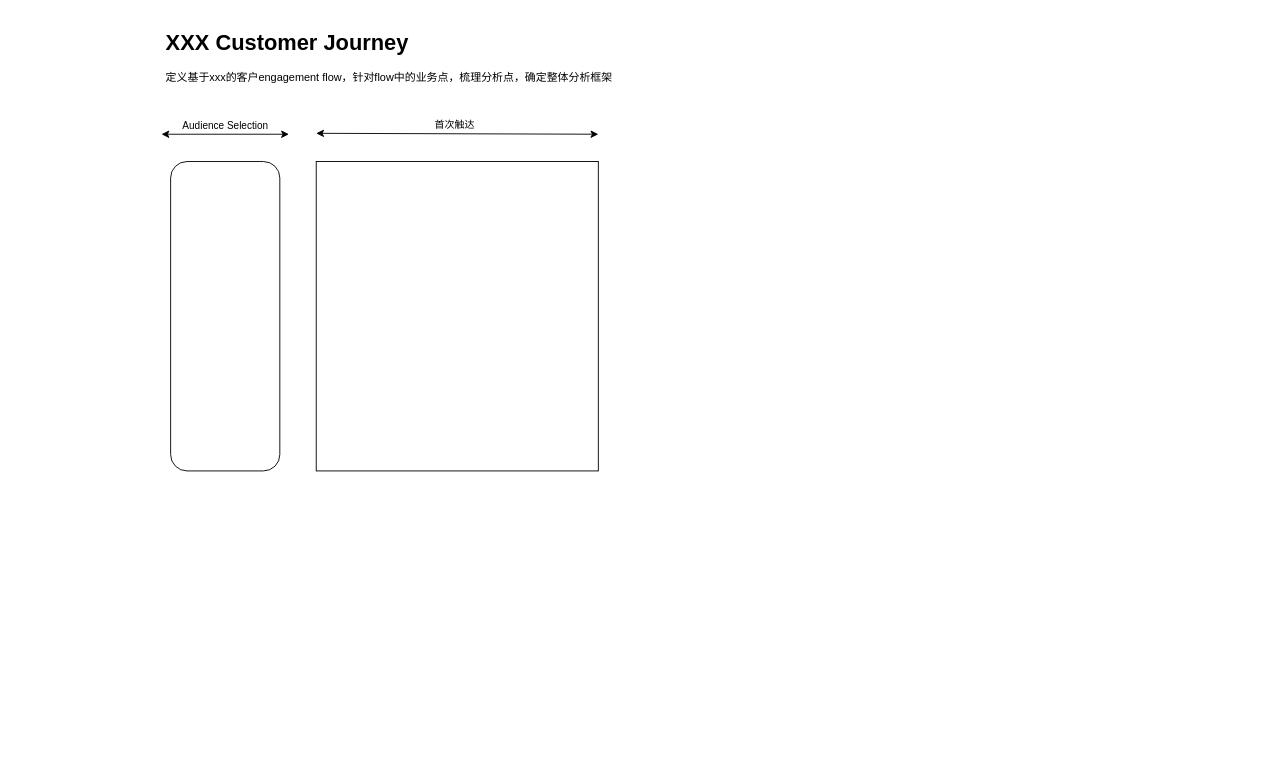
serendipityrj/shared keeps this draw.io diagram as page "XXX Customer Journey" (1 of 3) of marketing_customer_journey.drawio. Above is the earlier version. Source tidied: cells renumbered, new cells numbered last; positions are measured from the earlier drawing's top-left corner, leaving out a move shared by most shapes. Both pictures are drawn from the tidied source at 91%, with x=0, y=0 at pixel (161, 25).
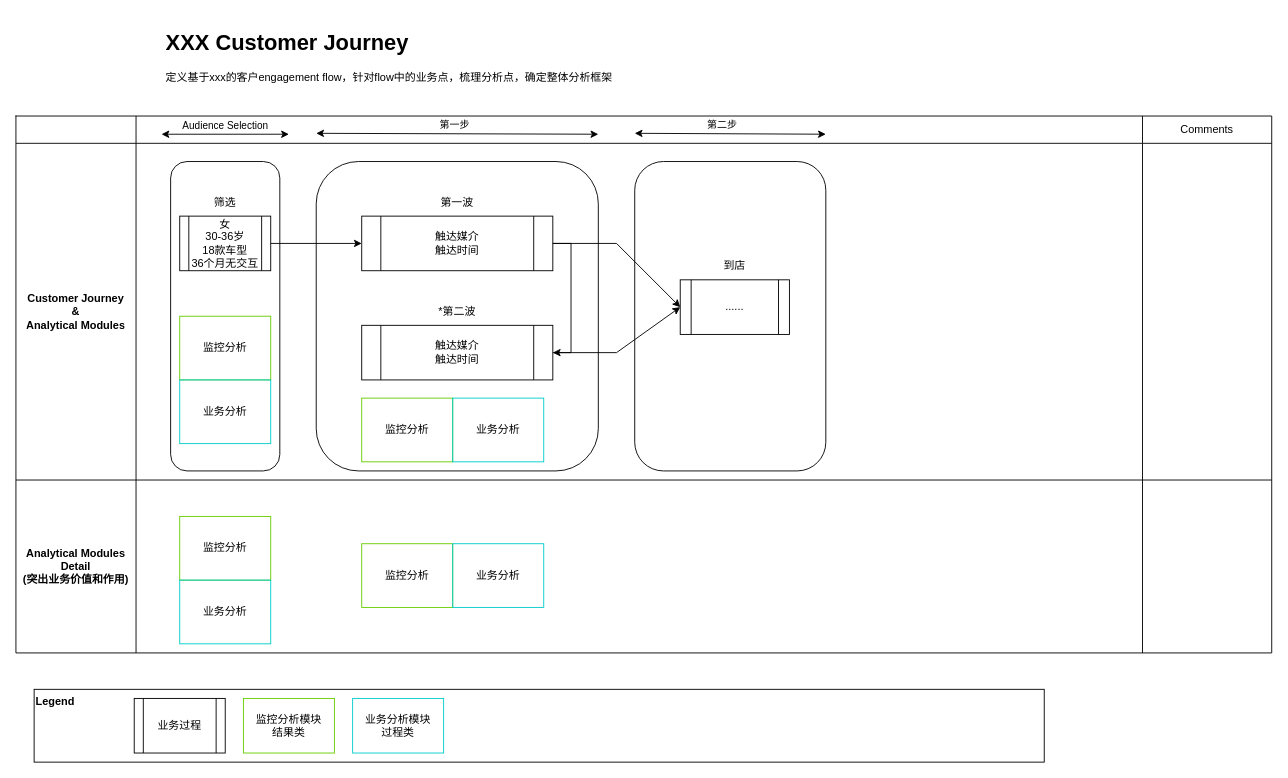
After the change.

The change refers to these unchanged cells:
```xml
<mxCell id="4" style="endArrow=classic;startArrow=classic;html=1;rounded=0;" parent="1" edge="1">
  <mxGeometry relative="1" as="geometry">
    <mxPoint x="170" y="119" as="sourcePoint" />
    <mxPoint x="480" y="120" as="targetPoint" />
  </mxGeometry>
</mxCell>
```

What changed in the source:
```diff
@@
+    <mxCell id="9" style="shape=table;html=1;whiteSpace=wrap;startSize=0;childLayout=tableLayout;strokeColor=#000000;fillColor=none;" parent="1" vertex="1">
+      <mxGeometry x="-160" y="100" width="1380" height="590" as="geometry" />
+    </mxCell>
+    <mxCell id="10" style="shape=tableRow;horizontal=0;startSize=0;swimlaneHead=0;swimlaneBody=0;top=0;left=0;bottom=0;right=0;fillColor=none;strokeColor=#000000;" parent="9" vertex="1">
+      <mxGeometry width="1380" height="30" as="geometry" />
+    </mxCell>
+    <mxCell id="11" style="shape=partialRectangle;html=1;whiteSpace=wrap;fillColor=none;top=0;left=0;bottom=0;right=0;overflow=hidden;strokeColor=#000000;" parent="10" vertex="1">
+      <mxGeometry width="132" height="30" as="geometry" />
+    </mxCell>
+    <mxCell id="12" style="shape=partialRectangle;html=1;whiteSpace=wrap;fillColor=none;top=0;left=0;bottom=0;right=0;overflow=hidden;strokeColor=#000000;" parent="10" vertex="1">
+      <mxGeometry x="132" width="1106" height="30" as="geometry" />
+    </mxCell>
+    <mxCell id="13" value="Comments" style="shape=partialRectangle;html=1;whiteSpace=wrap;fillColor=none;top=0;left=0;bottom=0;right=0;overflow=hidden;strokeColor=#000000;" parent="10" vertex="1">
+      <mxGeometry x="1238" width="142" height="30" as="geometry" />
+    </mxCell>
+    <mxCell id="14" style="shape=tableRow;horizontal=0;startSize=0;swimlaneHead=0;swimlaneBody=0;top=0;left=0;bottom=0;right=0;fillColor=none;strokeColor=#000000;" parent="9" vertex="1">
+      <mxGeometry y="30" width="1380" height="370" as="geometry" />
+    </mxCell>
+    <mxCell id="15" value="&lt;b&gt;Customer Journey&lt;br&gt;&amp;amp;&lt;br&gt;Analytical Modules&lt;br&gt;&lt;/b&gt;" style="shape=partialRectangle;html=1;whiteSpace=wrap;fillColor=none;top=0;left=0;bottom=0;right=0;overflow=hidden;strokeColor=#000000;" parent="14" vertex="1">
+      <mxGeometry width="132" height="370" as="geometry" />
+    </mxCell>
+    <mxCell id="16" style="shape=partialRectangle;html=1;whiteSpace=wrap;fillColor=none;top=0;left=0;bottom=0;right=0;overflow=hidden;strokeColor=#000000;" parent="14" vertex="1">
+      <mxGeometry x="132" width="1106" height="370" as="geometry" />
+    </mxCell>
+    <mxCell id="17" style="shape=partialRectangle;html=1;whiteSpace=wrap;fillColor=none;top=0;left=0;bottom=0;right=0;overflow=hidden;strokeColor=#000000;" parent="14" vertex="1">
+      <mxGeometry x="1238" width="142" height="370" as="geometry" />
+    </mxCell>
+    <mxCell id="18" style="shape=tableRow;horizontal=0;startSize=0;swimlaneHead=0;swimlaneBody=0;top=0;left=0;bottom=0;right=0;fillColor=none;strokeColor=#000000;" parent="9" vertex="1">
+      <mxGeometry y="400" width="1380" height="190" as="geometry" />
+    </mxCell>
+    <mxCell id="19" value="&lt;b&gt;Analytical Modules&lt;br&gt;Detail&lt;br&gt;(突出业务价值和作用)&lt;br&gt;&lt;/b&gt;" style="shape=partialRectangle;html=1;whiteSpace=wrap;fillColor=none;top=0;left=0;bottom=0;right=0;overflow=hidden;strokeColor=#000000;" parent="18" vertex="1">
+      <mxGeometry width="132" height="190" as="geometry" />
+    </mxCell>
+    <mxCell id="20" style="shape=partialRectangle;html=1;whiteSpace=wrap;fillColor=none;top=0;left=0;bottom=0;right=0;overflow=hidden;strokeColor=#000000;" parent="18" vertex="1">
+      <mxGeometry x="132" width="1106" height="190" as="geometry" />
+    </mxCell>
+    <mxCell id="21" style="shape=partialRectangle;html=1;whiteSpace=wrap;fillColor=none;top=0;left=0;bottom=0;right=0;overflow=hidden;strokeColor=#000000;" parent="18" vertex="1">
+      <mxGeometry x="1238" width="142" height="190" as="geometry" />
+    </mxCell>
@@
-    <mxCell id="5" value="首次触达" style="edgeLabel;html=1;align=center;verticalAlign=middle;" parent="4" vertex="1">
+    <mxCell id="5" value="第一步" style="edgeLabel;html=1;align=center;verticalAlign=middle;" parent="4" vertex="1">
       <mxGeometry x="0.12" y="2" relative="1" as="geometry">
         <mxPoint x="-23" y="-8" as="offset" />
       </mxGeometry>
     </mxCell>
-    <mxCell id="6" style="rounded=0;whiteSpace=wrap;html=1;" parent="1" vertex="1">
-      <mxGeometry x="170" y="150" width="310" height="340" as="geometry" />
-    </mxCell>
@@
+    <mxCell id="22" value="监控分析" style="text;html=1;strokeColor=#66CC00;fillColor=none;align=center;verticalAlign=middle;whiteSpace=wrap;rounded=0;" parent="1" vertex="1">
+      <mxGeometry x="20" y="320" width="100" height="70" as="geometry" />
+    </mxCell>
+    <mxCell id="23" value="业务分析" style="text;html=1;strokeColor=#00CCCC;fillColor=none;align=center;verticalAlign=middle;whiteSpace=wrap;rounded=0;" parent="1" vertex="1">
+      <mxGeometry x="20" y="390" width="100" height="70" as="geometry" />
+    </mxCell>
+    <mxCell id="24" style="group;" parent="1" vertex="1">
+      <mxGeometry x="20" y="180" width="100" height="90" as="geometry" />
+    </mxCell>
+    <mxCell id="25" value="女&lt;br&gt;30-36岁&lt;br&gt;18款车型&lt;br&gt;36个月无交互" style="shape=process;whiteSpace=wrap;html=1;backgroundOutline=1;" parent="24" vertex="1">
+      <mxGeometry y="30" width="100" height="60" as="geometry" />
+    </mxCell>
+    <mxCell id="26" value="筛选" style="text;html=1;strokeColor=none;fillColor=none;align=center;verticalAlign=middle;whiteSpace=wrap;rounded=0;" parent="24" vertex="1">
+      <mxGeometry x="20" width="60" height="30" as="geometry" />
+    </mxCell>
+    <mxCell id="27" style="rounded=1;whiteSpace=wrap;html=1;strokeColor=#000000;fillColor=none;" parent="1" vertex="1">
+      <mxGeometry x="170" y="150" width="310" height="340" as="geometry" />
+    </mxCell>
+    <mxCell id="28" style="edgeStyle=orthogonalEdgeStyle;rounded=0;jettySize=auto;html=1;exitX=1;exitY=0.5;exitDx=0;exitDy=0;entryX=0;entryY=0.5;entryDx=0;entryDy=0;" parent="1" edge="1" source="25" target="30">
+      <mxGeometry relative="1" as="geometry" />
+    </mxCell>
+    <mxCell id="29" style="group;" parent="1" vertex="1">
+      <mxGeometry x="220" y="180" width="210" height="90" as="geometry" />
+    </mxCell>
+    <mxCell id="30" value="触达媒介&lt;br&gt;触达时间" style="shape=process;whiteSpace=wrap;html=1;backgroundOutline=1;strokeColor=#000000;fillColor=none;" parent="29" vertex="1">
+      <mxGeometry y="30" width="210" height="60" as="geometry" />
+    </mxCell>
+    <mxCell id="31" value="第一波" style="text;html=1;strokeColor=none;fillColor=none;align=center;verticalAlign=middle;whiteSpace=wrap;rounded=0;" parent="29" vertex="1">
+      <mxGeometry x="75" width="60" height="30" as="geometry" />
+    </mxCell>
+    <mxCell id="32" style="group;" parent="1" vertex="1">
+      <mxGeometry x="220" y="300" width="210" height="90" as="geometry" />
+    </mxCell>
+    <mxCell id="33" value="触达媒介&lt;br&gt;触达时间" style="shape=process;whiteSpace=wrap;html=1;backgroundOutline=1;strokeColor=#000000;fillColor=none;" parent="32" vertex="1">
+      <mxGeometry y="30" width="210" height="60" as="geometry" />
+    </mxCell>
+    <mxCell id="34" value="*第二波" style="text;html=1;strokeColor=none;fillColor=none;align=center;verticalAlign=middle;whiteSpace=wrap;rounded=0;" parent="32" vertex="1">
+      <mxGeometry x="75" width="60" height="30" as="geometry" />
+    </mxCell>
+    <mxCell id="35" style="edgeStyle=orthogonalEdgeStyle;rounded=0;jettySize=auto;html=1;exitX=1;exitY=0.5;exitDx=0;exitDy=0;entryX=1;entryY=0.5;entryDx=0;entryDy=0;" parent="1" edge="1" source="30" target="33">
+      <mxGeometry relative="1" as="geometry" />
+    </mxCell>
+    <mxCell id="36" value="监控分析" style="text;html=1;strokeColor=#66CC00;fillColor=none;align=center;verticalAlign=middle;whiteSpace=wrap;rounded=0;" parent="1" vertex="1">
+      <mxGeometry x="220" y="410" width="100" height="70" as="geometry" />
+    </mxCell>
+    <mxCell id="37" value="业务分析" style="text;html=1;strokeColor=#00CCCC;fillColor=none;align=center;verticalAlign=middle;whiteSpace=wrap;rounded=0;" parent="1" vertex="1">
+      <mxGeometry x="320" y="410" width="100" height="70" as="geometry" />
+    </mxCell>
+    <mxCell id="38" style="endArrow=classic;startArrow=classic;html=1;rounded=0;" parent="1" edge="1">
+      <mxGeometry relative="1" as="geometry">
+        <mxPoint x="520" y="119" as="sourcePoint" />
+        <mxPoint x="730" y="120" as="targetPoint" />
+      </mxGeometry>
+    </mxCell>
+    <mxCell id="39" value="第二步" style="edgeLabel;html=1;align=center;verticalAlign=middle;" parent="38" vertex="1">
+      <mxGeometry x="0.12" y="2" relative="1" as="geometry">
+        <mxPoint x="-23" y="-8" as="offset" />
+      </mxGeometry>
+    </mxCell>
+    <mxCell id="40" style="rounded=1;whiteSpace=wrap;html=1;strokeColor=#000000;fillColor=none;" parent="1" vertex="1">
+      <mxGeometry x="520" y="150" width="210" height="340" as="geometry" />
+    </mxCell>
+    <mxCell id="41" style="group;" parent="1" vertex="1">
+      <mxGeometry x="570" y="250" width="120" height="90" as="geometry" />
+    </mxCell>
+    <mxCell id="42" value="......" style="shape=process;whiteSpace=wrap;html=1;backgroundOutline=1;strokeColor=#000000;fillColor=none;" parent="41" vertex="1">
+      <mxGeometry y="30" width="120" height="60" as="geometry" />
+    </mxCell>
+    <mxCell id="43" value="到店" style="text;html=1;strokeColor=none;fillColor=none;align=center;verticalAlign=middle;whiteSpace=wrap;rounded=0;" parent="41" vertex="1">
+      <mxGeometry x="42.9" width="34.3" height="30" as="geometry" />
+    </mxCell>
+    <mxCell id="44" style="endArrow=classic;html=1;rounded=0;exitX=1;exitY=0.5;exitDx=0;exitDy=0;entryX=0;entryY=0.5;entryDx=0;entryDy=0;" parent="1" edge="1" source="30" target="42">
+      <mxGeometry relative="1" as="geometry">
+        <Array as="points">
+          <mxPoint x="500" y="240" />
+        </Array>
+      </mxGeometry>
+    </mxCell>
+    <mxCell id="45" style="endArrow=classic;html=1;rounded=0;exitX=1;exitY=0.5;exitDx=0;exitDy=0;entryX=0;entryY=0.5;entryDx=0;entryDy=0;" parent="1" edge="1" source="33" target="42">
+      <mxGeometry relative="1" as="geometry">
+        <Array as="points">
+          <mxPoint x="500" y="360" />
+        </Array>
+      </mxGeometry>
+    </mxCell>
+    <mxCell id="46" style="group;" parent="1" vertex="1">
+      <mxGeometry x="-140" y="730" width="1110" height="80" as="geometry" />
+    </mxCell>
+    <mxCell id="47" value="&lt;b&gt;Legend&lt;/b&gt;" style="rounded=0;whiteSpace=wrap;html=1;strokeColor=default;fillColor=none;align=left;verticalAlign=top;" parent="46" vertex="1">
+      <mxGeometry width="1110" height="80" as="geometry" />
+    </mxCell>
+    <mxCell id="48" value="业务过程" style="shape=process;whiteSpace=wrap;html=1;backgroundOutline=1;" parent="46" vertex="1">
+      <mxGeometry x="110" y="10" width="100" height="60" as="geometry" />
+    </mxCell>
+    <mxCell id="49" value="监控分析模块&lt;br&gt;结果类" style="text;html=1;strokeColor=#66CC00;fillColor=none;align=center;verticalAlign=middle;whiteSpace=wrap;rounded=0;" parent="46" vertex="1">
+      <mxGeometry x="230" y="10" width="100" height="60" as="geometry" />
+    </mxCell>
+    <mxCell id="50" value="业务分析模块&lt;br&gt;过程类" style="text;html=1;strokeColor=#00CCCC;fillColor=none;align=center;verticalAlign=middle;whiteSpace=wrap;rounded=0;" parent="46" vertex="1">
+      <mxGeometry x="350" y="10" width="100" height="60" as="geometry" />
+    </mxCell>
+    <mxCell id="51" value="监控分析" style="text;html=1;strokeColor=#66CC00;fillColor=none;align=center;verticalAlign=middle;whiteSpace=wrap;rounded=0;" parent="1" vertex="1">
+      <mxGeometry x="20" y="540" width="100" height="70" as="geometry" />
+    </mxCell>
+    <mxCell id="52" value="业务分析" style="text;html=1;strokeColor=#00CCCC;fillColor=none;align=center;verticalAlign=middle;whiteSpace=wrap;rounded=0;" parent="1" vertex="1">
+      <mxGeometry x="20" y="610" width="100" height="70" as="geometry" />
+    </mxCell>
+    <mxCell id="53" value="监控分析" style="text;html=1;strokeColor=#66CC00;fillColor=none;align=center;verticalAlign=middle;whiteSpace=wrap;rounded=0;" parent="1" vertex="1">
+      <mxGeometry x="220" y="570" width="100" height="70" as="geometry" />
+    </mxCell>
+    <mxCell id="54" value="业务分析" style="text;html=1;strokeColor=#00CCCC;fillColor=none;align=center;verticalAlign=middle;whiteSpace=wrap;rounded=0;" parent="1" vertex="1">
+      <mxGeometry x="320" y="570" width="100" height="70" as="geometry" />
+    </mxCell>
```
